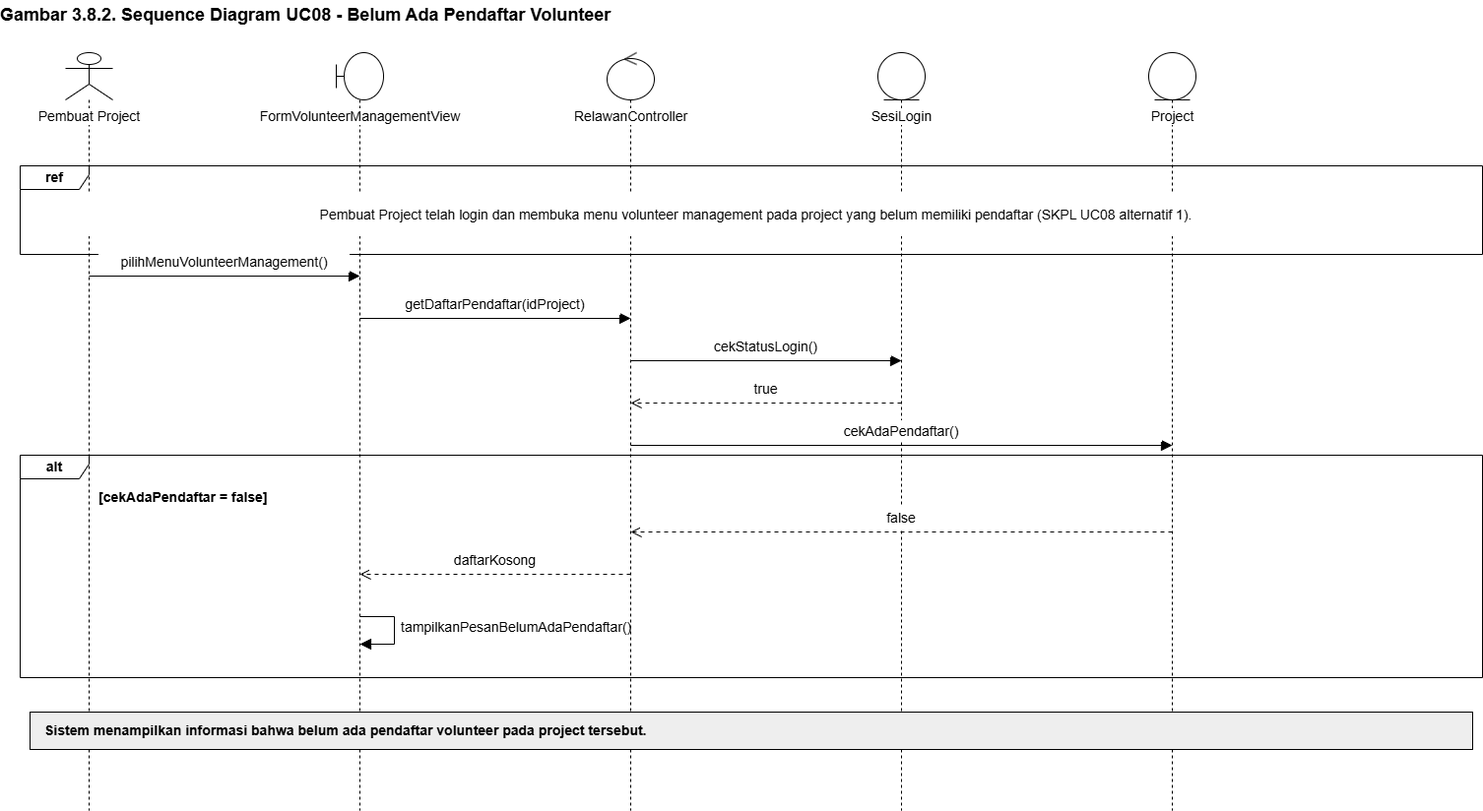
Brynpamungkas/IF2150-RPL-K02-G08 keeps this draw.io diagram as docs/M7/assets/diagram/sequence-uc08-alt1.png. Above is the earlier version. Source tidied: cells renumbered, new cells last; positions are measured from the earlier drawing's top-left corner, leaving out a move shared by most shapes. The source it was exported from:
```xml
<mxGraphModel background="#FFFFFF">
  <root>
    <mxCell id="0" />
    <mxCell id="1" parent="0" />
    <mxCell id="2" value="Gambar 3.8.2. Sequence Diagram UC08 - Belum Ada Pendaftar Volunteer" style="text;html=1;strokeColor=none;fillColor=none;align=left;verticalAlign=middle;whiteSpace=wrap;overflow=visible;fontFamily=Arial;fontSize=18;fontStyle=1;spacing=0;" parent="1" vertex="1">
      <mxGeometry width="1505" height="30" as="geometry" />
    </mxCell>
    <mxCell id="3" value="Pembuat Project" style="shape=umlLifeline;participant=umlActor;perimeter=lifelinePerimeter;whiteSpace=nowrap;html=1;verticalAlign=top;spacingTop=50;size=48;fontFamily=Arial;fontSize=14;labelBackgroundColor=#FFFFFF;fillColor=#FFFFFF;strokeColor=#000000;" parent="1" vertex="1">
      <mxGeometry x="66" y="53" width="48" height="770" as="geometry" />
    </mxCell>
    <mxCell id="4" value="FormVolunteerManagementView" style="shape=umlLifeline;participant=umlBoundary;perimeter=lifelinePerimeter;whiteSpace=nowrap;html=1;verticalAlign=top;spacingTop=50;size=48;fontFamily=Arial;fontSize=14;labelBackgroundColor=#FFFFFF;fillColor=#FFFFFF;strokeColor=#000000;" parent="1" vertex="1">
      <mxGeometry x="341" y="53" width="48" height="770" as="geometry" />
    </mxCell>
    <mxCell id="5" value="RelawanController" style="shape=umlLifeline;participant=umlControl;perimeter=lifelinePerimeter;whiteSpace=nowrap;html=1;verticalAlign=top;spacingTop=50;size=48;fontFamily=Arial;fontSize=14;labelBackgroundColor=#FFFFFF;fillColor=#FFFFFF;strokeColor=#000000;" parent="1" vertex="1">
      <mxGeometry x="616" y="53" width="48" height="770" as="geometry" />
    </mxCell>
    <mxCell id="6" value="SesiLogin" style="shape=umlLifeline;participant=umlEntity;perimeter=lifelinePerimeter;whiteSpace=nowrap;html=1;verticalAlign=top;spacingTop=50;size=48;fontFamily=Arial;fontSize=14;labelBackgroundColor=#FFFFFF;fillColor=#FFFFFF;strokeColor=#000000;" parent="1" vertex="1">
      <mxGeometry x="891" y="53" width="48" height="770" as="geometry" />
    </mxCell>
    <mxCell id="7" value="Project" style="shape=umlLifeline;participant=umlEntity;perimeter=lifelinePerimeter;whiteSpace=nowrap;html=1;verticalAlign=top;spacingTop=50;size=48;fontFamily=Arial;fontSize=14;labelBackgroundColor=#FFFFFF;fillColor=#FFFFFF;strokeColor=#000000;" parent="1" vertex="1">
      <mxGeometry x="1166" y="53" width="48" height="770" as="geometry" />
    </mxCell>
    <mxCell id="8" value="ref" style="shape=umlFrame;whiteSpace=wrap;html=1;width=70;height=24;fontFamily=Arial;fontSize=14;fontStyle=1;fillColor=none;strokeColor=#000000;" parent="1" vertex="1">
      <mxGeometry x="20" y="168" width="1485" height="90" as="geometry" />
    </mxCell>
    <mxCell id="9" value="Pembuat Project telah login dan membuka menu volunteer management pada project yang belum memiliki pendaftar (SKPL UC08 alternatif 1)." style="text;html=1;strokeColor=none;fillColor=white;align=center;verticalAlign=middle;whiteSpace=wrap;overflow=visible;fontFamily=Arial;fontSize=14;fontStyle=0;spacing=0;" parent="1" vertex="1">
      <mxGeometry x="80" y="195" width="1375" height="45" as="geometry" />
    </mxCell>
    <mxCell id="10" value="alt" style="shape=umlFrame;whiteSpace=wrap;html=1;width=70;height=24;fontFamily=Arial;fontSize=14;fontStyle=1;fillColor=none;strokeColor=#000000;" parent="1" vertex="1">
      <mxGeometry x="20" y="462" width="1485" height="226" as="geometry" />
    </mxCell>
    <mxCell id="11" value="[cekAdaPendaftar = false]" style="text;html=1;strokeColor=none;fillColor=white;align=left;verticalAlign=middle;whiteSpace=wrap;overflow=visible;fontFamily=Arial;fontSize=14;fontStyle=1;spacing=0;" parent="1" vertex="1">
      <mxGeometry x="100" y="492" width="235" height="26" as="geometry" />
    </mxCell>
    <mxCell id="12" style="html=1;rounded=0;endArrow=block;endFill=1;endSize=9;strokeColor=#000000;" parent="1" edge="1">
      <mxGeometry relative="1" as="geometry">
        <mxPoint x="90" y="280" as="sourcePoint" />
        <mxPoint x="365" y="280" as="targetPoint" />
      </mxGeometry>
    </mxCell>
    <mxCell id="13" value="pilihMenuVolunteerManagement()" style="text;html=1;strokeColor=none;fillColor=white;align=center;verticalAlign=middle;whiteSpace=wrap;overflow=visible;fontFamily=Arial;fontSize=14;fontStyle=0;spacing=0;" parent="1" vertex="1">
      <mxGeometry x="100" y="255" width="255" height="22" as="geometry" />
    </mxCell>
    <mxCell id="14" style="html=1;rounded=0;endArrow=block;endFill=1;endSize=9;strokeColor=#000000;" parent="1" edge="1">
      <mxGeometry relative="1" as="geometry">
        <mxPoint x="365" y="323" as="sourcePoint" />
        <mxPoint x="640" y="323" as="targetPoint" />
      </mxGeometry>
    </mxCell>
    <mxCell id="15" value="getDaftarPendaftar(idProject)" style="text;html=1;strokeColor=none;fillColor=white;align=center;verticalAlign=middle;whiteSpace=wrap;overflow=visible;fontFamily=Arial;fontSize=14;fontStyle=0;spacing=0;" parent="1" vertex="1">
      <mxGeometry x="375" y="298" width="255" height="22" as="geometry" />
    </mxCell>
    <mxCell id="16" style="html=1;rounded=0;endArrow=block;endFill=1;endSize=9;strokeColor=#000000;" parent="1" edge="1">
      <mxGeometry relative="1" as="geometry">
        <mxPoint x="640" y="366" as="sourcePoint" />
        <mxPoint x="915" y="366" as="targetPoint" />
      </mxGeometry>
    </mxCell>
    <mxCell id="17" value="cekStatusLogin()" style="text;html=1;strokeColor=none;fillColor=white;align=center;verticalAlign=middle;whiteSpace=wrap;overflow=visible;fontFamily=Arial;fontSize=14;fontStyle=0;spacing=0;" parent="1" vertex="1">
      <mxGeometry x="650" y="341" width="255" height="22" as="geometry" />
    </mxCell>
    <mxCell id="18" style="html=1;rounded=0;endArrow=open;endFill=0;endSize=9;strokeColor=#000000;dashed=1;dashPattern=4 4;" parent="1" edge="1">
      <mxGeometry relative="1" as="geometry">
        <mxPoint x="915" y="409" as="sourcePoint" />
        <mxPoint x="640" y="409" as="targetPoint" />
      </mxGeometry>
    </mxCell>
    <mxCell id="19" value="true" style="text;html=1;strokeColor=none;fillColor=white;align=center;verticalAlign=middle;whiteSpace=wrap;overflow=visible;fontFamily=Arial;fontSize=14;fontStyle=0;spacing=0;" parent="1" vertex="1">
      <mxGeometry x="650" y="384" width="255" height="22" as="geometry" />
    </mxCell>
    <mxCell id="20" style="html=1;rounded=0;endArrow=block;endFill=1;endSize=9;strokeColor=#000000;" parent="1" edge="1">
      <mxGeometry relative="1" as="geometry">
        <mxPoint x="640" y="452" as="sourcePoint" />
        <mxPoint x="1190" y="452" as="targetPoint" />
      </mxGeometry>
    </mxCell>
    <mxCell id="21" value="cekAdaPendaftar()" style="text;html=1;strokeColor=none;fillColor=white;align=center;verticalAlign=middle;whiteSpace=wrap;overflow=visible;fontFamily=Arial;fontSize=14;fontStyle=0;spacing=0;" parent="1" vertex="1">
      <mxGeometry x="650" y="427" width="530" height="22" as="geometry" />
    </mxCell>
    <mxCell id="22" style="html=1;rounded=0;endArrow=open;endFill=0;endSize=9;strokeColor=#000000;dashed=1;dashPattern=4 4;" parent="1" edge="1">
      <mxGeometry relative="1" as="geometry">
        <mxPoint x="1190" y="540" as="sourcePoint" />
        <mxPoint x="640" y="540" as="targetPoint" />
      </mxGeometry>
    </mxCell>
    <mxCell id="23" value="false" style="text;html=1;strokeColor=none;fillColor=white;align=center;verticalAlign=middle;whiteSpace=wrap;overflow=visible;fontFamily=Arial;fontSize=14;fontStyle=0;spacing=0;" parent="1" vertex="1">
      <mxGeometry x="650" y="515" width="530" height="22" as="geometry" />
    </mxCell>
    <mxCell id="24" style="html=1;rounded=0;endArrow=open;endFill=0;endSize=9;strokeColor=#000000;dashed=1;dashPattern=4 4;" parent="1" edge="1">
      <mxGeometry relative="1" as="geometry">
        <mxPoint x="640" y="583" as="sourcePoint" />
        <mxPoint x="365" y="583" as="targetPoint" />
      </mxGeometry>
    </mxCell>
    <mxCell id="25" value="daftarKosong" style="text;html=1;strokeColor=none;fillColor=white;align=center;verticalAlign=middle;whiteSpace=wrap;overflow=visible;fontFamily=Arial;fontSize=14;fontStyle=0;spacing=0;" parent="1" vertex="1">
      <mxGeometry x="375" y="558" width="255" height="22" as="geometry" />
    </mxCell>
    <mxCell id="26" style="html=1;rounded=0;endArrow=block;endFill=1;endSize=9;strokeColor=#000000;" parent="1" edge="1">
      <mxGeometry relative="1" as="geometry">
        <mxPoint x="365" y="626" as="sourcePoint" />
        <mxPoint x="365" y="654" as="targetPoint" />
        <Array as="points">
          <mxPoint x="400" y="626" />
          <mxPoint x="400" y="654" />
        </Array>
      </mxGeometry>
    </mxCell>
    <mxCell id="27" value="tampilkanPesanBelumAdaPendaftar()" style="text;html=1;strokeColor=none;fillColor=none;align=left;verticalAlign=middle;whiteSpace=wrap;overflow=visible;fontFamily=Arial;fontSize=14;fontStyle=0;spacing=0;" parent="1" vertex="1">
      <mxGeometry x="407" y="621" width="230" height="32" as="geometry" />
    </mxCell>
    <mxCell id="28" style="rounded=0;whiteSpace=wrap;html=1;fillColor=#EEEEEE;strokeColor=#000000;" parent="1" vertex="1">
      <mxGeometry x="30" y="723" width="1465" height="38" as="geometry" />
    </mxCell>
    <mxCell id="29" value="Sistem menampilkan informasi bahwa belum ada pendaftar volunteer pada project tersebut." style="text;html=1;strokeColor=none;fillColor=none;align=left;verticalAlign=middle;whiteSpace=wrap;overflow=visible;fontFamily=Arial;fontSize=14;fontStyle=1;spacing=0;" parent="1" vertex="1">
      <mxGeometry x="45" y="727" width="1435" height="30" as="geometry" />
    </mxCell>
  </root>
</mxGraphModel>
```
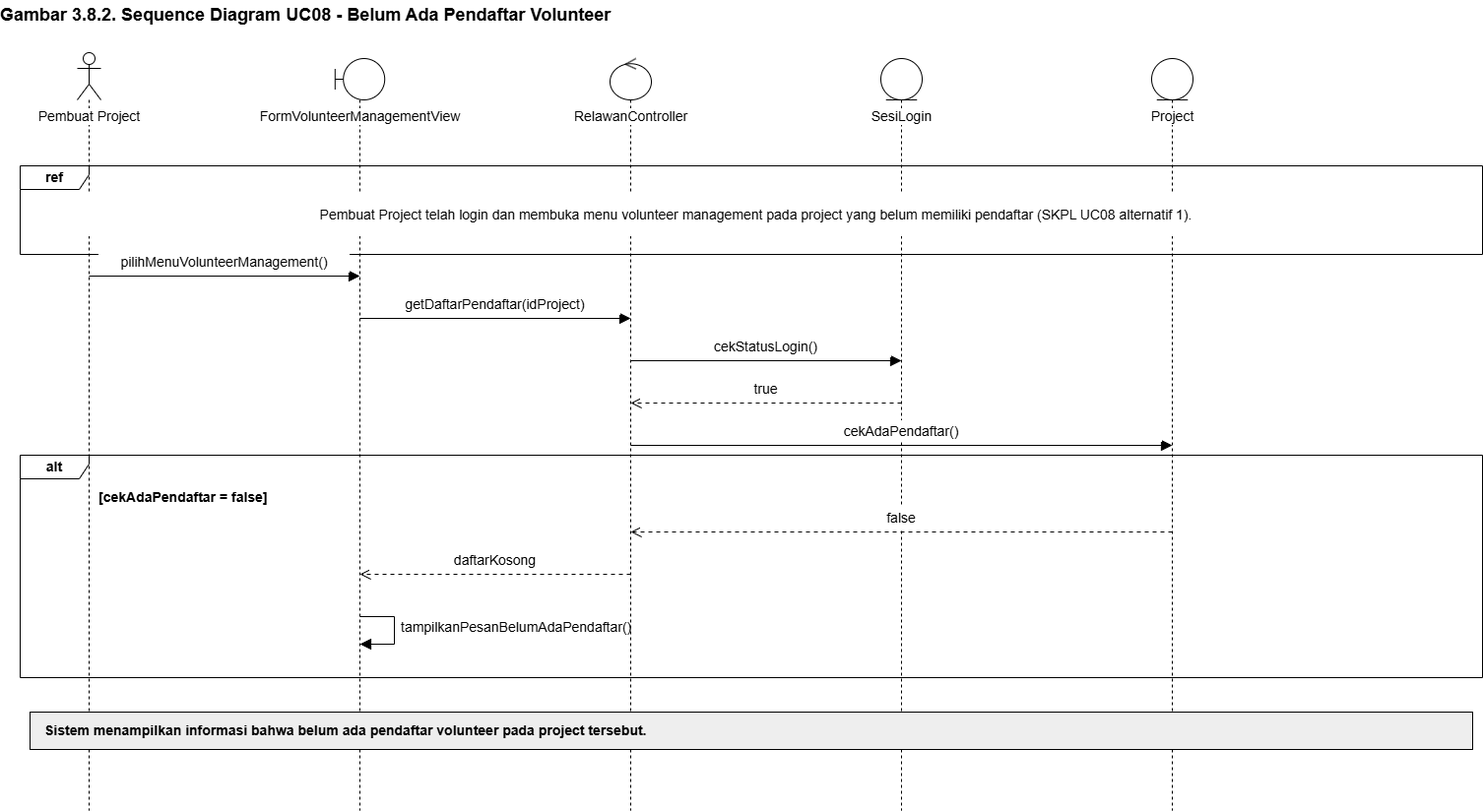
After the change.

Commit message:
assets: add sequence diagram 3.8-3.10

Change to the diagram source:
```diff
@@ -6,19 +6,19 @@
       <mxGeometry width="1505" height="30" as="geometry" />
     </mxCell>
     <mxCell id="3" value="Pembuat Project" style="shape=umlLifeline;participant=umlActor;perimeter=lifelinePerimeter;whiteSpace=nowrap;html=1;verticalAlign=top;spacingTop=50;size=48;fontFamily=Arial;fontSize=14;labelBackgroundColor=#FFFFFF;fillColor=#FFFFFF;strokeColor=#000000;" parent="1" vertex="1">
-      <mxGeometry x="66" y="53" width="48" height="770" as="geometry" />
+      <mxGeometry x="78" y="53" width="24" height="770" as="geometry" />
     </mxCell>
-    <mxCell id="4" value="FormVolunteerManagementView" style="shape=umlLifeline;participant=umlBoundary;perimeter=lifelinePerimeter;whiteSpace=nowrap;html=1;verticalAlign=top;spacingTop=50;size=48;fontFamily=Arial;fontSize=14;labelBackgroundColor=#FFFFFF;fillColor=#FFFFFF;strokeColor=#000000;" parent="1" vertex="1">
-      <mxGeometry x="341" y="53" width="48" height="770" as="geometry" />
+    <mxCell id="4" value="FormVolunteerManagementView" style="shape=umlLifeline;participant=umlBoundary;perimeter=lifelinePerimeter;whiteSpace=nowrap;html=1;verticalAlign=top;spacingTop=44;size=42;fontFamily=Arial;fontSize=14;labelBackgroundColor=#FFFFFF;fillColor=#FFFFFF;strokeColor=#000000;" parent="1" vertex="1">
+      <mxGeometry x="339.8" y="59" width="50.4" height="764" as="geometry" />
     </mxCell>
-    <mxCell id="5" value="RelawanController" style="shape=umlLifeline;participant=umlControl;perimeter=lifelinePerimeter;whiteSpace=nowrap;html=1;verticalAlign=top;spacingTop=50;size=48;fontFamily=Arial;fontSize=14;labelBackgroundColor=#FFFFFF;fillColor=#FFFFFF;strokeColor=#000000;" parent="1" vertex="1">
-      <mxGeometry x="616" y="53" width="48" height="770" as="geometry" />
+    <mxCell id="5" value="RelawanController" style="shape=umlLifeline;participant=umlControl;perimeter=lifelinePerimeter;whiteSpace=nowrap;html=1;verticalAlign=top;spacingTop=44;size=42;fontFamily=Arial;fontSize=14;labelBackgroundColor=#FFFFFF;fillColor=#FFFFFF;strokeColor=#000000;" parent="1" vertex="1">
+      <mxGeometry x="619" y="59" width="42" height="764" as="geometry" />
     </mxCell>
-    <mxCell id="6" value="SesiLogin" style="shape=umlLifeline;participant=umlEntity;perimeter=lifelinePerimeter;whiteSpace=nowrap;html=1;verticalAlign=top;spacingTop=50;size=48;fontFamily=Arial;fontSize=14;labelBackgroundColor=#FFFFFF;fillColor=#FFFFFF;strokeColor=#000000;" parent="1" vertex="1">
-      <mxGeometry x="891" y="53" width="48" height="770" as="geometry" />
+    <mxCell id="6" value="SesiLogin" style="shape=umlLifeline;participant=umlEntity;perimeter=lifelinePerimeter;whiteSpace=nowrap;html=1;verticalAlign=top;spacingTop=44;size=42;fontFamily=Arial;fontSize=14;labelBackgroundColor=#FFFFFF;fillColor=#FFFFFF;strokeColor=#000000;" parent="1" vertex="1">
+      <mxGeometry x="894" y="59" width="42" height="764" as="geometry" />
     </mxCell>
-    <mxCell id="7" value="Project" style="shape=umlLifeline;participant=umlEntity;perimeter=lifelinePerimeter;whiteSpace=nowrap;html=1;verticalAlign=top;spacingTop=50;size=48;fontFamily=Arial;fontSize=14;labelBackgroundColor=#FFFFFF;fillColor=#FFFFFF;strokeColor=#000000;" parent="1" vertex="1">
-      <mxGeometry x="1166" y="53" width="48" height="770" as="geometry" />
+    <mxCell id="7" value="Project" style="shape=umlLifeline;participant=umlEntity;perimeter=lifelinePerimeter;whiteSpace=nowrap;html=1;verticalAlign=top;spacingTop=44;size=42;fontFamily=Arial;fontSize=14;labelBackgroundColor=#FFFFFF;fillColor=#FFFFFF;strokeColor=#000000;" parent="1" vertex="1">
+      <mxGeometry x="1169" y="59" width="42" height="764" as="geometry" />
     </mxCell>
     <mxCell id="8" value="ref" style="shape=umlFrame;whiteSpace=wrap;html=1;width=70;height=24;fontFamily=Arial;fontSize=14;fontStyle=1;fillColor=none;strokeColor=#000000;" parent="1" vertex="1">
       <mxGeometry x="20" y="168" width="1485" height="90" as="geometry" />
```
